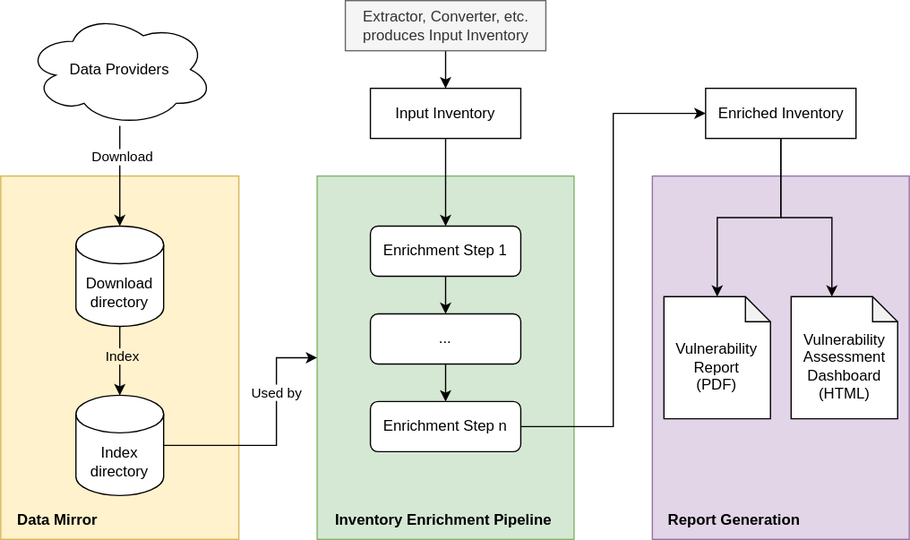
The draw.io diagram metaeffekt-vulnerability-management/resources/inventory-enrichment-overview.svg in org-metaeffekt/metaeffekt-documentation, before a commit. Source tidied: cells renumbered, new cells last; positions are measured from the earlier drawing's top-left corner, leaving out a move shared by most shapes.
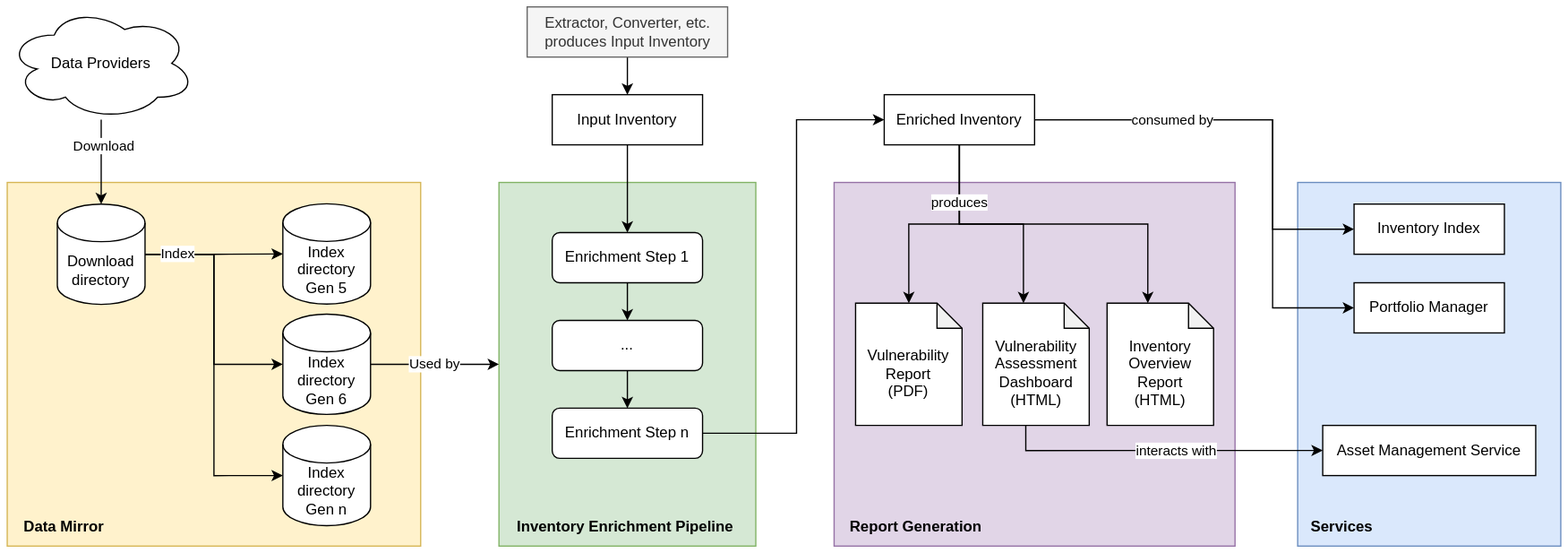
Above is the later version.

Diff of the diagram source:
```diff
@@ -2,6 +2,9 @@
   <root>
     <mxCell id="0" />
     <mxCell id="1" parent="0" />
+    <mxCell id="31" style="rounded=0;whiteSpace=wrap;html=1;fillStyle=solid;fillColor=#dae8fc;strokeColor=#6c8ebf;" parent="1" vertex="1">
+      <mxGeometry x="890" y="140" width="210" height="290" as="geometry" />
+    </mxCell>
     <mxCell id="2" style="rounded=0;whiteSpace=wrap;html=1;fillStyle=solid;fillColor=#d5e8d4;strokeColor=#82b366;" parent="1" vertex="1">
       <mxGeometry x="252.5" y="140" width="205" height="290" as="geometry" />
     </mxCell>
@@ -9,19 +12,19 @@
       <mxGeometry x="252.5" y="400" width="200" height="30" as="geometry" />
     </mxCell>
     <mxCell id="4" style="rounded=0;whiteSpace=wrap;html=1;fillStyle=solid;fillColor=#fff2cc;strokeColor=#d6b656;" parent="1" vertex="1">
-      <mxGeometry y="140" width="190" height="290" as="geometry" />
+      <mxGeometry x="-140" y="140" width="330" height="290" as="geometry" />
     </mxCell>
     <mxCell id="5" value="Data Providers" style="ellipse;shape=cloud;whiteSpace=wrap;html=1;" parent="1" vertex="1">
-      <mxGeometry x="20" y="10" width="150" height="90" as="geometry" />
+      <mxGeometry x="-140" width="150" height="90" as="geometry" />
     </mxCell>
-    <mxCell id="6" style="edgeStyle=orthogonalEdgeStyle;rounded=0;jettySize=auto;html=1;entryX=0.5;entryY=0;entryDx=0;entryDy=0;entryPerimeter=0;" parent="1" edge="1" source="8" target="12">
+    <mxCell id="6" style="edgeStyle=orthogonalEdgeStyle;rounded=0;jettySize=auto;html=1;entryX=0;entryY=0.5;entryDx=0;entryDy=0;entryPerimeter=0;" parent="1" edge="1" source="8" target="12">
       <mxGeometry relative="1" as="geometry" />
     </mxCell>
-    <mxCell id="7" value="Index" style="edgeLabel;html=1;align=center;verticalAlign=middle;labelBackgroundColor=#fff1cc;" parent="6" vertex="1">
-      <mxGeometry x="-0.15" y="1" relative="1" as="geometry" />
-    </mxCell>
+    <mxCell id="32" style="edgeStyle=orthogonalEdgeStyle;rounded=0;jettySize=auto;html=1;entryX=0;entryY=0.5;entryDx=0;entryDy=0;entryPerimeter=0;" parent="1" edge="1" source="8" target="36">
+      <mxGeometry relative="1" as="geometry" />
+    </mxCell>
     <mxCell id="8" value="Download&lt;br&gt;directory" style="shape=cylinder3;whiteSpace=wrap;html=1;boundedLbl=1;backgroundOutline=1;size=15;" parent="1" vertex="1">
-      <mxGeometry x="60" y="180" width="70" height="80" as="geometry" />
+      <mxGeometry x="-100" y="157.2" width="70" height="80" as="geometry" />
     </mxCell>
     <mxCell id="9" style="edgeStyle=orthogonalEdgeStyle;rounded=0;jettySize=auto;html=1;entryX=0.5;entryY=0;entryDx=0;entryDy=0;entryPerimeter=0;" parent="1" edge="1" source="5" target="8">
       <mxGeometry relative="1" as="geometry" />
@@ -29,19 +32,14 @@
     <mxCell id="10" value="Download" style="edgeLabel;html=1;align=center;verticalAlign=middle;" parent="9" vertex="1">
       <mxGeometry x="-0.4" y="1" relative="1" as="geometry" />
     </mxCell>
-    <mxCell id="11" value="Used by" style="edgeStyle=orthogonalEdgeStyle;rounded=0;jettySize=auto;html=1;entryX=0;entryY=0.5;entryDx=0;entryDy=0;shadow=0;" parent="1" edge="1" source="12" target="2">
-      <mxGeometry x="0.37" relative="1" as="geometry">
-        <Array as="points">
-          <mxPoint x="220" y="355" />
-          <mxPoint x="220" y="285" />
-        </Array>
-      </mxGeometry>
+    <mxCell id="11" value="Used by" style="edgeStyle=orthogonalEdgeStyle;rounded=0;jettySize=auto;html=1;entryX=0;entryY=0.5;entryDx=0;entryDy=0;shadow=0;exitX=1;exitY=0.5;exitDx=0;exitDy=0;exitPerimeter=0;" parent="1" edge="1" source="36" target="2">
+      <mxGeometry relative="1" as="geometry" />
     </mxCell>
-    <mxCell id="12" value="Index&lt;br&gt;directory" style="shape=cylinder3;whiteSpace=wrap;html=1;boundedLbl=1;backgroundOutline=1;size=15;" parent="1" vertex="1">
-      <mxGeometry x="60" y="315" width="70" height="80" as="geometry" />
+    <mxCell id="12" value="Index&lt;br&gt;directory&lt;div&gt;Gen 5&lt;/div&gt;" style="shape=cylinder3;whiteSpace=wrap;html=1;boundedLbl=1;backgroundOutline=1;size=15;" parent="1" vertex="1">
+      <mxGeometry x="80" y="157" width="70" height="80" as="geometry" />
     </mxCell>
     <mxCell id="13" value="Data Mirror" style="text;html=1;align=center;verticalAlign=middle;strokeColor=none;fillColor=none;fontStyle=1;" parent="1" vertex="1">
-      <mxGeometry y="400" width="90" height="30" as="geometry" />
+      <mxGeometry x="-140" y="400" width="90" height="30" as="geometry" />
     </mxCell>
     <mxCell id="14" style="edgeStyle=orthogonalEdgeStyle;rounded=0;jettySize=auto;html=1;entryX=0.5;entryY=0;entryDx=0;entryDy=0;shadow=0;" parent="1" edge="1" source="15" target="19">
       <mxGeometry relative="1" as="geometry">
@@ -65,23 +63,28 @@
     <mxCell id="18" style="edgeStyle=orthogonalEdgeStyle;rounded=0;jettySize=auto;html=1;entryX=0.5;entryY=0;entryDx=0;entryDy=0;shadow=0;" parent="1" edge="1" source="19" target="21">
       <mxGeometry relative="1" as="geometry" />
     </mxCell>
-    <mxCell id="19" value="Enrichment Step 1" style="rounded=1;whiteSpace=wrap;html=1;labelBackgroundColor=#FFFFFF;fillStyle=solid;" parent="1" vertex="1">
+    <mxCell id="19" value="Enrichment Step 1" style="rounded=1;whiteSpace=wrap;html=1;labelBackgroundColor=none;fillStyle=solid;fillColor=default;" parent="1" vertex="1">
       <mxGeometry x="295" y="180" width="120" height="40" as="geometry" />
     </mxCell>
     <mxCell id="20" style="edgeStyle=orthogonalEdgeStyle;rounded=0;jettySize=auto;html=1;entryX=0.5;entryY=0;entryDx=0;entryDy=0;shadow=0;" parent="1" edge="1" source="21" target="23">
       <mxGeometry relative="1" as="geometry" />
     </mxCell>
-    <mxCell id="21" value="..." style="rounded=1;whiteSpace=wrap;html=1;labelBackgroundColor=#FFFFFF;fillStyle=solid;" parent="1" vertex="1">
+    <mxCell id="21" value="..." style="rounded=1;whiteSpace=wrap;html=1;labelBackgroundColor=none;fillStyle=solid;" parent="1" vertex="1">
       <mxGeometry x="295" y="250" width="120" height="40" as="geometry" />
     </mxCell>
     <mxCell id="22" style="edgeStyle=orthogonalEdgeStyle;rounded=0;jettySize=auto;html=1;entryX=0;entryY=0.5;entryDx=0;entryDy=0;shadow=0;" parent="1" edge="1" source="23" target="28">
-      <mxGeometry relative="1" as="geometry" />
+      <mxGeometry relative="1" as="geometry">
+        <Array as="points">
+          <mxPoint x="490" y="340" />
+          <mxPoint x="490" y="90" />
+        </Array>
+      </mxGeometry>
     </mxCell>
-    <mxCell id="23" value="Enrichment Step n" style="rounded=1;whiteSpace=wrap;html=1;labelBackgroundColor=#FFFFFF;fillStyle=solid;" parent="1" vertex="1">
+    <mxCell id="23" value="Enrichment Step n" style="rounded=1;whiteSpace=wrap;html=1;labelBackgroundColor=none;fillStyle=solid;" parent="1" vertex="1">
       <mxGeometry x="295" y="320" width="120" height="40" as="geometry" />
     </mxCell>
     <mxCell id="24" style="rounded=0;whiteSpace=wrap;html=1;fillStyle=solid;fillColor=#e1d5e7;strokeColor=#9673a6;" parent="1" vertex="1">
-      <mxGeometry x="520" y="140" width="205" height="290" as="geometry" />
+      <mxGeometry x="520" y="140" width="320" height="290" as="geometry" />
     </mxCell>
     <mxCell id="25" value="Report Generation" style="text;html=1;align=center;verticalAlign=middle;strokeColor=none;fillColor=none;fontStyle=1;" parent="1" vertex="1">
       <mxGeometry x="520" y="400" width="130" height="30" as="geometry" />
@@ -92,14 +95,76 @@
     <mxCell id="27" style="edgeStyle=orthogonalEdgeStyle;rounded=0;jettySize=auto;html=1;entryX=0;entryY=0;entryDx=32.5;entryDy=0;entryPerimeter=0;shadow=0;" parent="1" edge="1" source="28" target="30">
       <mxGeometry relative="1" as="geometry" />
     </mxCell>
+    <mxCell id="33" style="edgeStyle=orthogonalEdgeStyle;rounded=0;jettySize=auto;html=1;entryX=0;entryY=0.5;entryDx=0;entryDy=0;" parent="1" edge="1" source="28" target="46">
+      <mxGeometry relative="1" as="geometry">
+        <Array as="points">
+          <mxPoint x="870" y="90" />
+          <mxPoint x="870" y="240" />
+        </Array>
+      </mxGeometry>
+    </mxCell>
+    <mxCell id="34" style="edgeStyle=orthogonalEdgeStyle;rounded=0;jettySize=auto;html=1;entryX=0;entryY=0.5;entryDx=0;entryDy=0;" parent="1" edge="1" source="28" target="47">
+      <mxGeometry relative="1" as="geometry">
+        <Array as="points">
+          <mxPoint x="870" y="90" />
+          <mxPoint x="870" y="177" />
+        </Array>
+      </mxGeometry>
+    </mxCell>
+    <mxCell id="35" value="consumed by" style="edgeLabel;html=1;align=center;verticalAlign=middle;" parent="34" vertex="1">
+      <mxGeometry x="-0.36" y="2" relative="1" as="geometry">
+        <mxPoint y="1" as="offset" />
+      </mxGeometry>
+    </mxCell>
     <mxCell id="28" value="Enriched Inventory" style="rounded=0;whiteSpace=wrap;html=1;" parent="1" vertex="1">
-      <mxGeometry x="562.5" y="70" width="120" height="40" as="geometry" />
+      <mxGeometry x="560" y="70" width="120" height="40" as="geometry" />
     </mxCell>
     <mxCell id="29" value="&lt;br&gt;Vulnerability&lt;br&gt;Report&lt;br&gt;(PDF)" style="shape=note;whiteSpace=wrap;html=1;backgroundOutline=1;darkOpacity=0.05;labelBackgroundColor=none;fillStyle=solid;fillColor=default;size=20;" parent="1" vertex="1">
-      <mxGeometry x="529.2" y="236.2" width="85" height="97.5" as="geometry" />
+      <mxGeometry x="537.1" y="236.2" width="85" height="97.5" as="geometry" />
     </mxCell>
     <mxCell id="30" value="&lt;br&gt;Vulnerability&lt;br&gt;Assessment&lt;br&gt;Dashboard&lt;br&gt;(HTML)" style="shape=note;whiteSpace=wrap;html=1;backgroundOutline=1;darkOpacity=0.05;labelBackgroundColor=none;fillStyle=solid;fillColor=default;size=20;" parent="1" vertex="1">
-      <mxGeometry x="630.8" y="236.2" width="85" height="97.5" as="geometry" />
+      <mxGeometry x="638.6" y="236.2" width="85" height="97.5" as="geometry" />
     </mxCell>
+    <mxCell id="36" value="Index&lt;br&gt;directory&lt;div&gt;Gen 6&lt;/div&gt;" style="shape=cylinder3;whiteSpace=wrap;html=1;boundedLbl=1;backgroundOutline=1;size=15;" parent="1" vertex="1">
+      <mxGeometry x="80" y="245" width="70" height="80" as="geometry" />
+    </mxCell>
+    <mxCell id="37" value="Index&lt;br&gt;directory&lt;div&gt;Gen n&lt;/div&gt;" style="shape=cylinder3;whiteSpace=wrap;html=1;boundedLbl=1;backgroundOutline=1;size=15;" parent="1" vertex="1">
+      <mxGeometry x="80" y="333.8" width="70" height="80" as="geometry" />
+    </mxCell>
+    <mxCell id="38" style="edgeStyle=orthogonalEdgeStyle;rounded=0;jettySize=auto;html=1;entryX=0;entryY=0.5;entryDx=0;entryDy=0;entryPerimeter=0;" parent="1" edge="1" source="8" target="37">
+      <mxGeometry relative="1" as="geometry" />
+    </mxCell>
+    <mxCell id="7" value="Index" style="edgeLabel;html=1;align=center;verticalAlign=middle;" parent="38" vertex="1">
+      <mxGeometry x="-0.83" y="1" relative="1" as="geometry" />
+    </mxCell>
+    <mxCell id="39" value="&lt;br&gt;Inventory Overview Report&lt;br&gt;(HTML)" style="shape=note;whiteSpace=wrap;html=1;backgroundOutline=1;darkOpacity=0.05;labelBackgroundColor=none;fillStyle=solid;fillColor=default;size=20;" parent="1" vertex="1">
+      <mxGeometry x="737.9" y="236.2" width="85" height="97.5" as="geometry" />
+    </mxCell>
+    <mxCell id="40" style="edgeStyle=orthogonalEdgeStyle;rounded=0;jettySize=auto;html=1;exitX=0.5;exitY=1;exitDx=0;exitDy=0;entryX=0;entryY=0;entryDx=32.5;entryDy=0;entryPerimeter=0;" parent="1" edge="1" source="28" target="39">
+      <mxGeometry relative="1" as="geometry" />
+    </mxCell>
+    <mxCell id="41" value="produces" style="edgeLabel;html=1;align=center;verticalAlign=middle;" parent="40" vertex="1">
+      <mxGeometry x="-0.68" y="-1" relative="1" as="geometry">
+        <mxPoint y="1" as="offset" />
+      </mxGeometry>
+    </mxCell>
+    <mxCell id="42" value="Services" style="text;html=1;align=center;verticalAlign=middle;strokeColor=none;fillColor=none;fontStyle=1;" parent="1" vertex="1">
+      <mxGeometry x="890" y="400" width="70" height="30" as="geometry" />
+    </mxCell>
+    <mxCell id="43" value="Asset Management Service" style="rounded=0;whiteSpace=wrap;html=1;" parent="1" vertex="1">
+      <mxGeometry x="910" y="333.8" width="170" height="40" as="geometry" />
+    </mxCell>
+    <mxCell id="44" style="edgeStyle=orthogonalEdgeStyle;rounded=0;jettySize=auto;html=1;entryX=0;entryY=0.5;entryDx=0;entryDy=0;exitX=0.404;exitY=0.997;exitDx=0;exitDy=0;exitPerimeter=0;" parent="1" edge="1" source="30" target="43">
+      <mxGeometry relative="1" as="geometry" />
+    </mxCell>
+    <mxCell id="45" value="interacts with" style="edgeLabel;html=1;align=center;verticalAlign=middle;" parent="44" vertex="1">
+      <mxGeometry x="0.09" relative="1" as="geometry" />
+    </mxCell>
+    <mxCell id="46" value="Portfolio Manager" style="rounded=0;whiteSpace=wrap;html=1;" parent="1" vertex="1">
+      <mxGeometry x="935" y="220" width="120" height="40" as="geometry" />
+    </mxCell>
+    <mxCell id="47" value="Inventory Index" style="rounded=0;whiteSpace=wrap;html=1;" parent="1" vertex="1">
+      <mxGeometry x="935" y="157.2" width="120" height="40" as="geometry" />
+    </mxCell>
   </root>
 </mxGraphModel>
```
